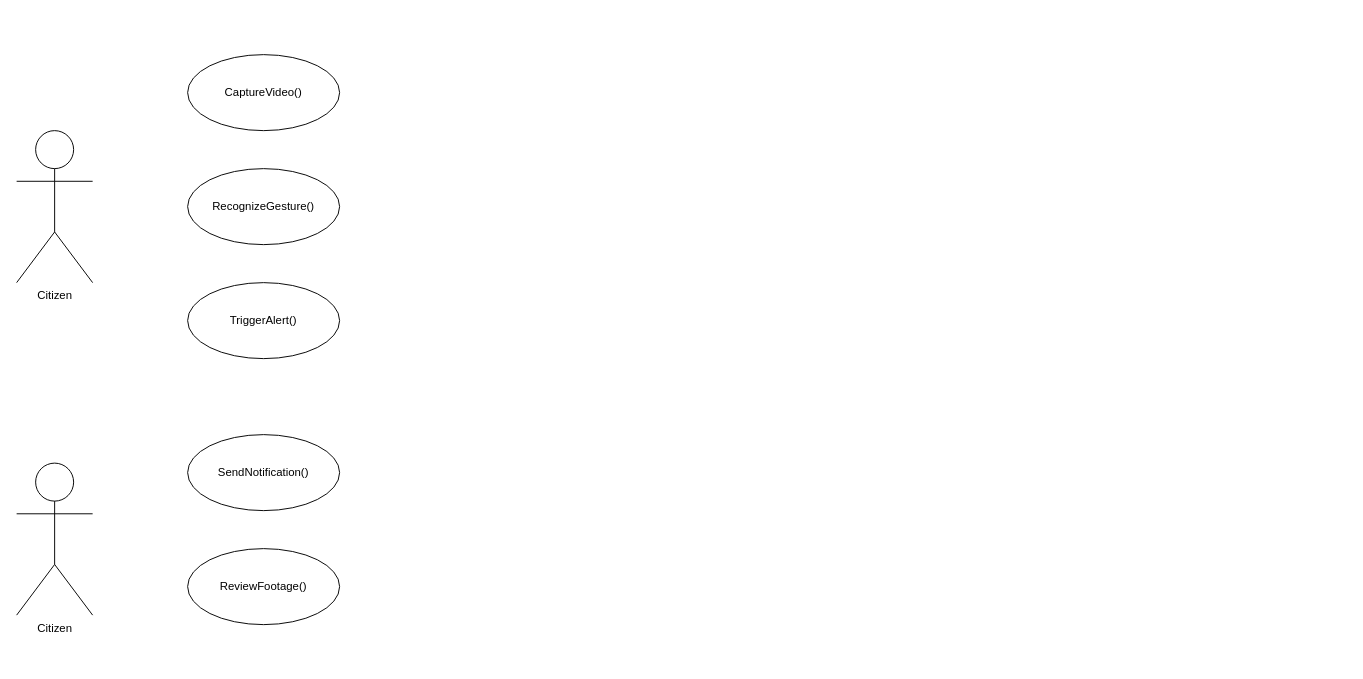
Before: Untitled Diagram.drawio in HansongProgramming/randomProjects, a draw.io diagram. Source tidied: cells renumbered, new cells numbered last; positions are measured from the earlier drawing's top-left corner, leaving out a move shared by most shapes. Both pictures are drawn from the tidied source at 95%, with x=0, y=0 at pixel (16, 54).
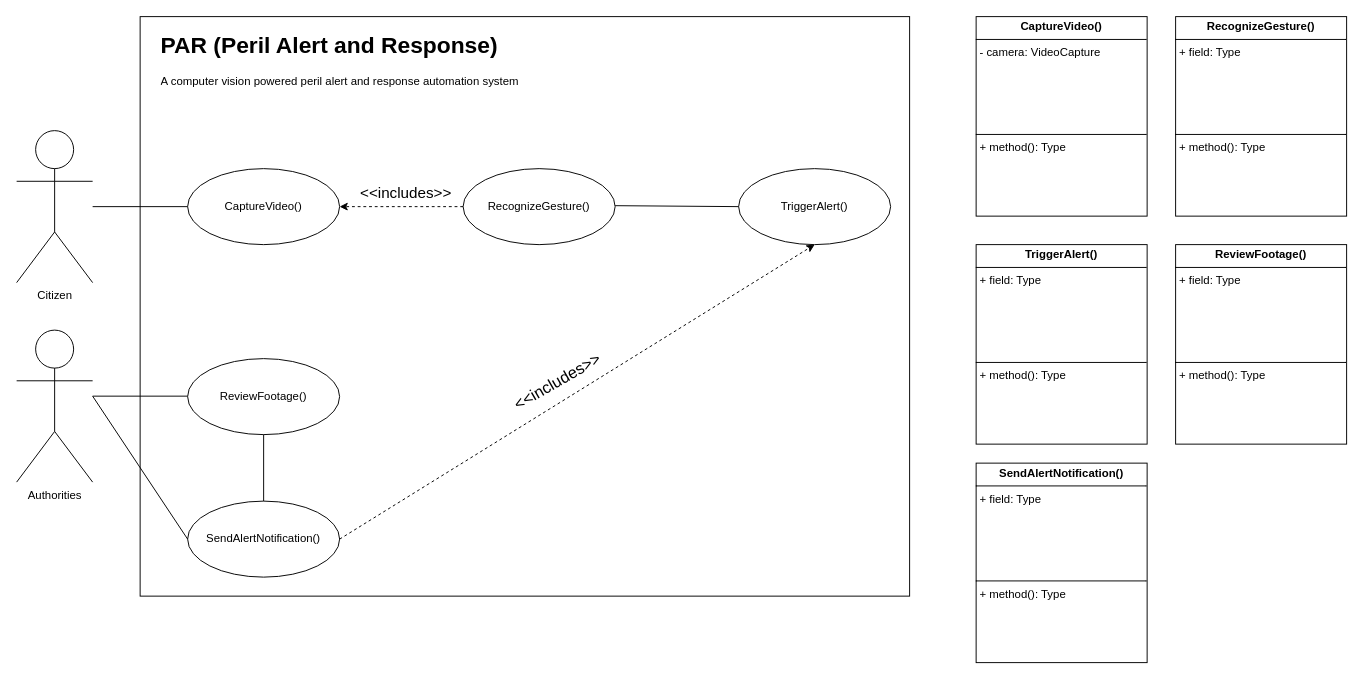
The same diagram, later.

Unchanged cells that the change refers to:
```xml
<mxCell id="2" value="Citizen&lt;div&gt;&lt;br&gt;&lt;/div&gt;" style="shape=umlActor;verticalLabelPosition=bottom;verticalAlign=top;html=1;outlineConnect=0;" parent="1" vertex="1">
  <mxGeometry y="80" width="80" height="160" as="geometry" />
</mxCell>
```

Change to the diagram source:
```diff
@@
+    <mxCell id="9" style="rounded=0;whiteSpace=wrap;html=1;" parent="1" vertex="1">
+      <mxGeometry x="130" y="-40" width="810" height="610" as="geometry" />
+    </mxCell>
@@
     <mxCell id="3" value="CaptureVideo()" style="ellipse;whiteSpace=wrap;html=1;" parent="1" vertex="1">
-      <mxGeometry x="180" width="160" height="80" as="geometry" />
+      <mxGeometry x="180" y="120" width="160" height="80" as="geometry" />
     </mxCell>
-    <mxCell id="4" value="Citizen&lt;div&gt;&lt;br&gt;&lt;/div&gt;" style="shape=umlActor;verticalLabelPosition=bottom;verticalAlign=top;html=1;" parent="1" vertex="1">
-      <mxGeometry y="430" width="80" height="160" as="geometry" />
+    <mxCell id="4" value="&lt;div&gt;Authorities&lt;/div&gt;" style="shape=umlActor;verticalLabelPosition=bottom;verticalAlign=top;html=1;" parent="1" vertex="1">
+      <mxGeometry y="290" width="80" height="160" as="geometry" />
     </mxCell>
     <mxCell id="5" value="RecognizeGesture()" style="ellipse;whiteSpace=wrap;html=1;" parent="1" vertex="1">
-      <mxGeometry x="180" y="120" width="160" height="80" as="geometry" />
+      <mxGeometry x="470" y="120" width="160" height="80" as="geometry" />
     </mxCell>
     <mxCell id="6" value="TriggerAlert()" style="ellipse;whiteSpace=wrap;html=1;" parent="1" vertex="1">
-      <mxGeometry x="180" y="240" width="160" height="80" as="geometry" />
+      <mxGeometry x="760" y="120" width="160" height="80" as="geometry" />
     </mxCell>
-    <mxCell id="7" value="SendNotification()" style="ellipse;whiteSpace=wrap;html=1;" parent="1" vertex="1">
-      <mxGeometry x="180" y="400" width="160" height="80" as="geometry" />
+    <mxCell id="7" value="SendAlertNotification()" style="ellipse;whiteSpace=wrap;html=1;" parent="1" vertex="1">
+      <mxGeometry x="180" y="470" width="160" height="80" as="geometry" />
     </mxCell>
     <mxCell id="8" value="ReviewFootage()" style="ellipse;whiteSpace=wrap;html=1;" parent="1" vertex="1">
-      <mxGeometry x="180" y="520" width="160" height="80" as="geometry" />
+      <mxGeometry x="180" y="320" width="160" height="80" as="geometry" />
     </mxCell>
+    <mxCell id="10" style="endArrow=none;html=1;rounded=0;entryX=0;entryY=0.5;entryDx=0;entryDy=0;" parent="1" edge="1" source="2" target="3">
+      <mxGeometry relative="1" as="geometry" />
+    </mxCell>
+    <mxCell id="11" style="endArrow=classic;html=1;rounded=0;dashed=1;exitX=0;exitY=0.5;exitDx=0;exitDy=0;entryX=1;entryY=0.5;entryDx=0;entryDy=0;" parent="1" edge="1" source="5" target="3">
+      <mxGeometry relative="1" as="geometry" />
+    </mxCell>
+    <mxCell id="12" value="&lt;font style=&quot;font-size: 16px;&quot;&gt;&amp;lt;&amp;lt;includes&amp;gt;&amp;gt;&lt;/font&gt;" style="text;html=1;align=center;verticalAlign=middle;whiteSpace=wrap;rounded=0;" parent="1" vertex="1">
+      <mxGeometry x="380" y="130" width="60" height="30" as="geometry" />
+    </mxCell>
+    <mxCell id="13" style="endArrow=classic;html=1;rounded=0;dashed=1;exitX=1;exitY=0.5;exitDx=0;exitDy=0;entryX=0.5;entryY=1;entryDx=0;entryDy=0;" parent="1" edge="1" source="7" target="6">
+      <mxGeometry relative="1" as="geometry" />
+    </mxCell>
+    <mxCell id="14" value="&lt;font style=&quot;font-size: 17px;&quot;&gt;&amp;lt;&amp;lt;includes&amp;gt;&amp;gt;&lt;/font&gt;" style="text;html=1;align=center;verticalAlign=middle;whiteSpace=wrap;rounded=0;rotation=-30;" parent="1" vertex="1">
+      <mxGeometry x="540" y="330" width="60" height="30" as="geometry" />
+    </mxCell>
+    <mxCell id="15" style="endArrow=none;html=1;rounded=0;entryX=0;entryY=0.5;entryDx=0;entryDy=0;" parent="1" edge="1">
+      <mxGeometry relative="1" as="geometry">
+        <mxPoint x="80" y="359.5" as="sourcePoint" />
+        <mxPoint x="180" y="359.5" as="targetPoint" />
+      </mxGeometry>
+    </mxCell>
+    <mxCell id="16" style="endArrow=none;html=1;rounded=0;exitX=0.5;exitY=1;exitDx=0;exitDy=0;" parent="1" edge="1" source="8" target="7">
+      <mxGeometry relative="1" as="geometry" />
+    </mxCell>
+    <mxCell id="17" value="&lt;h1 style=&quot;margin-top: 0px;&quot;&gt;PAR (Peril Alert and Response)&lt;/h1&gt;&lt;p&gt;A computer vision powered peril alert and response automation system&lt;/p&gt;" style="text;html=1;whiteSpace=wrap;overflow=hidden;rounded=0;" parent="1" vertex="1">
+      <mxGeometry x="150" y="-30" width="420" height="120" as="geometry" />
+    </mxCell>
+    <mxCell id="18" style="endArrow=none;html=1;rounded=0;entryX=0;entryY=0.5;entryDx=0;entryDy=0;" parent="1" edge="1" target="7">
+      <mxGeometry relative="1" as="geometry">
+        <mxPoint x="80" y="359.5" as="sourcePoint" />
+      </mxGeometry>
+    </mxCell>
+    <mxCell id="19" style="endArrow=none;html=1;rounded=0;entryX=0;entryY=0.5;entryDx=0;entryDy=0;" parent="1" edge="1" target="6">
+      <mxGeometry relative="1" as="geometry">
+        <mxPoint x="630" y="159" as="sourcePoint" />
+      </mxGeometry>
+    </mxCell>
+    <mxCell id="20" value="&lt;p style=&quot;margin:0px;margin-top:4px;text-align:center;&quot;&gt;&lt;b&gt;CaptureVideo()&lt;/b&gt;&lt;/p&gt;&lt;hr size=&quot;1&quot; style=&quot;border-style:solid;&quot;&gt;&lt;p style=&quot;margin:0px;margin-left:4px;&quot;&gt;- camera: VideoCapture&lt;/p&gt;&lt;p style=&quot;margin:0px;margin-left:4px;&quot;&gt;&lt;br&gt;&lt;/p&gt;&lt;p style=&quot;margin:0px;margin-left:4px;&quot;&gt;&lt;br&gt;&lt;/p&gt;&lt;p style=&quot;margin:0px;margin-left:4px;&quot;&gt;&lt;br&gt;&lt;/p&gt;&lt;p style=&quot;margin:0px;margin-left:4px;&quot;&gt;&lt;br&gt;&lt;/p&gt;&lt;p style=&quot;margin:0px;margin-left:4px;&quot;&gt;&lt;br&gt;&lt;/p&gt;&lt;hr size=&quot;1&quot; style=&quot;border-style:solid;&quot;&gt;&lt;p style=&quot;margin:0px;margin-left:4px;&quot;&gt;+ method(): Type&lt;/p&gt;" style="verticalAlign=top;align=left;overflow=fill;html=1;whiteSpace=wrap;" parent="1" vertex="1">
+      <mxGeometry x="1010" y="-40" width="180" height="210" as="geometry" />
+    </mxCell>
+    <mxCell id="21" value="&lt;p style=&quot;margin:0px;margin-top:4px;text-align:center;&quot;&gt;&lt;b&gt;RecognizeGesture()&lt;/b&gt;&lt;/p&gt;&lt;hr size=&quot;1&quot; style=&quot;border-style:solid;&quot;&gt;&lt;p style=&quot;margin:0px;margin-left:4px;&quot;&gt;+ field: Type&lt;/p&gt;&lt;p style=&quot;margin:0px;margin-left:4px;&quot;&gt;&lt;br&gt;&lt;/p&gt;&lt;p style=&quot;margin:0px;margin-left:4px;&quot;&gt;&lt;br&gt;&lt;/p&gt;&lt;p style=&quot;margin:0px;margin-left:4px;&quot;&gt;&lt;br&gt;&lt;/p&gt;&lt;p style=&quot;margin:0px;margin-left:4px;&quot;&gt;&lt;br&gt;&lt;/p&gt;&lt;p style=&quot;margin:0px;margin-left:4px;&quot;&gt;&lt;br&gt;&lt;/p&gt;&lt;hr size=&quot;1&quot; style=&quot;border-style:solid;&quot;&gt;&lt;p style=&quot;margin:0px;margin-left:4px;&quot;&gt;+ method(): Type&lt;/p&gt;" style="verticalAlign=top;align=left;overflow=fill;html=1;whiteSpace=wrap;" parent="1" vertex="1">
+      <mxGeometry x="1220" y="-40" width="180" height="210" as="geometry" />
+    </mxCell>
+    <mxCell id="22" value="&lt;p style=&quot;margin:0px;margin-top:4px;text-align:center;&quot;&gt;&lt;b&gt;TriggerAlert()&lt;/b&gt;&lt;/p&gt;&lt;hr size=&quot;1&quot; style=&quot;border-style:solid;&quot;&gt;&lt;p style=&quot;margin:0px;margin-left:4px;&quot;&gt;+ field: Type&lt;/p&gt;&lt;p style=&quot;margin:0px;margin-left:4px;&quot;&gt;&lt;br&gt;&lt;/p&gt;&lt;p style=&quot;margin:0px;margin-left:4px;&quot;&gt;&lt;br&gt;&lt;/p&gt;&lt;p style=&quot;margin:0px;margin-left:4px;&quot;&gt;&lt;br&gt;&lt;/p&gt;&lt;p style=&quot;margin:0px;margin-left:4px;&quot;&gt;&lt;br&gt;&lt;/p&gt;&lt;p style=&quot;margin:0px;margin-left:4px;&quot;&gt;&lt;br&gt;&lt;/p&gt;&lt;hr size=&quot;1&quot; style=&quot;border-style:solid;&quot;&gt;&lt;p style=&quot;margin:0px;margin-left:4px;&quot;&gt;+ method(): Type&lt;/p&gt;" style="verticalAlign=top;align=left;overflow=fill;html=1;whiteSpace=wrap;" parent="1" vertex="1">
+      <mxGeometry x="1010" y="200" width="180" height="210" as="geometry" />
+    </mxCell>
+    <mxCell id="23" value="&lt;p style=&quot;margin:0px;margin-top:4px;text-align:center;&quot;&gt;&lt;b&gt;ReviewFootage()&lt;/b&gt;&lt;/p&gt;&lt;hr size=&quot;1&quot; style=&quot;border-style:solid;&quot;&gt;&lt;p style=&quot;margin:0px;margin-left:4px;&quot;&gt;+ field: Type&lt;/p&gt;&lt;p style=&quot;margin:0px;margin-left:4px;&quot;&gt;&lt;br&gt;&lt;/p&gt;&lt;p style=&quot;margin:0px;margin-left:4px;&quot;&gt;&lt;br&gt;&lt;/p&gt;&lt;p style=&quot;margin:0px;margin-left:4px;&quot;&gt;&lt;br&gt;&lt;/p&gt;&lt;p style=&quot;margin:0px;margin-left:4px;&quot;&gt;&lt;br&gt;&lt;/p&gt;&lt;p style=&quot;margin:0px;margin-left:4px;&quot;&gt;&lt;br&gt;&lt;/p&gt;&lt;hr size=&quot;1&quot; style=&quot;border-style:solid;&quot;&gt;&lt;p style=&quot;margin:0px;margin-left:4px;&quot;&gt;+ method(): Type&lt;/p&gt;" style="verticalAlign=top;align=left;overflow=fill;html=1;whiteSpace=wrap;" parent="1" vertex="1">
+      <mxGeometry x="1220" y="200" width="180" height="210" as="geometry" />
+    </mxCell>
+    <mxCell id="24" value="&lt;p style=&quot;margin:0px;margin-top:4px;text-align:center;&quot;&gt;&lt;b&gt;SendAlertNotification()&lt;/b&gt;&lt;/p&gt;&lt;hr size=&quot;1&quot; style=&quot;border-style:solid;&quot;&gt;&lt;p style=&quot;margin:0px;margin-left:4px;&quot;&gt;+ field: Type&lt;/p&gt;&lt;p style=&quot;margin:0px;margin-left:4px;&quot;&gt;&lt;br&gt;&lt;/p&gt;&lt;p style=&quot;margin:0px;margin-left:4px;&quot;&gt;&lt;br&gt;&lt;/p&gt;&lt;p style=&quot;margin:0px;margin-left:4px;&quot;&gt;&lt;br&gt;&lt;/p&gt;&lt;p style=&quot;margin:0px;margin-left:4px;&quot;&gt;&lt;br&gt;&lt;/p&gt;&lt;p style=&quot;margin:0px;margin-left:4px;&quot;&gt;&lt;br&gt;&lt;/p&gt;&lt;hr size=&quot;1&quot; style=&quot;border-style:solid;&quot;&gt;&lt;p style=&quot;margin:0px;margin-left:4px;&quot;&gt;+ method(): Type&lt;/p&gt;" style="verticalAlign=top;align=left;overflow=fill;html=1;whiteSpace=wrap;" parent="1" vertex="1">
+      <mxGeometry x="1010" y="430" width="180" height="210" as="geometry" />
+    </mxCell>
```
